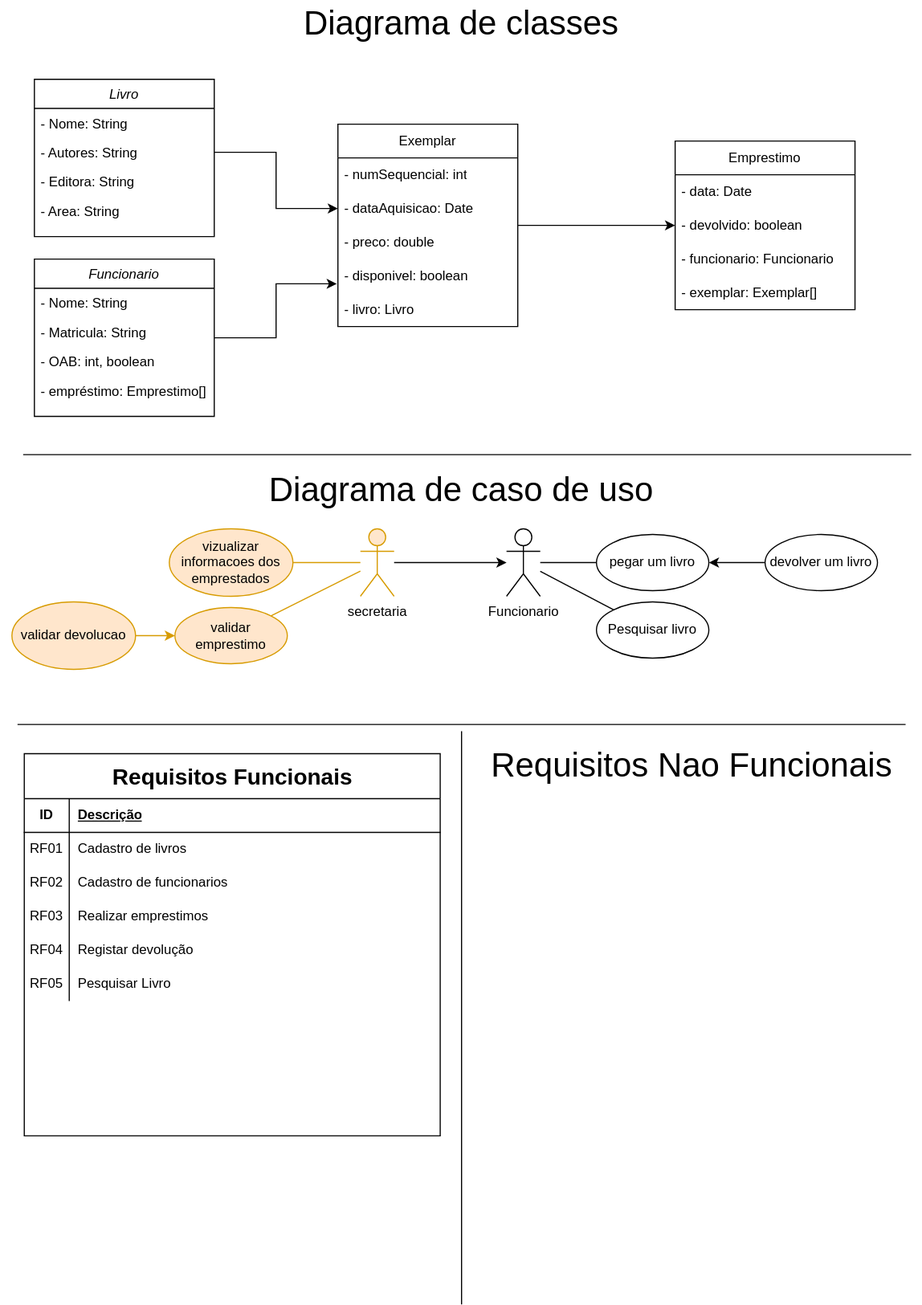
Above: ExercicioDeFixacao.drawio.svg in Andra-sun/modelagem (draw.io), before the change. Source tidied: cells renumbered, new cells last; positions are measured from the earlier drawing's top-left corner, leaving out a move shared by most shapes.
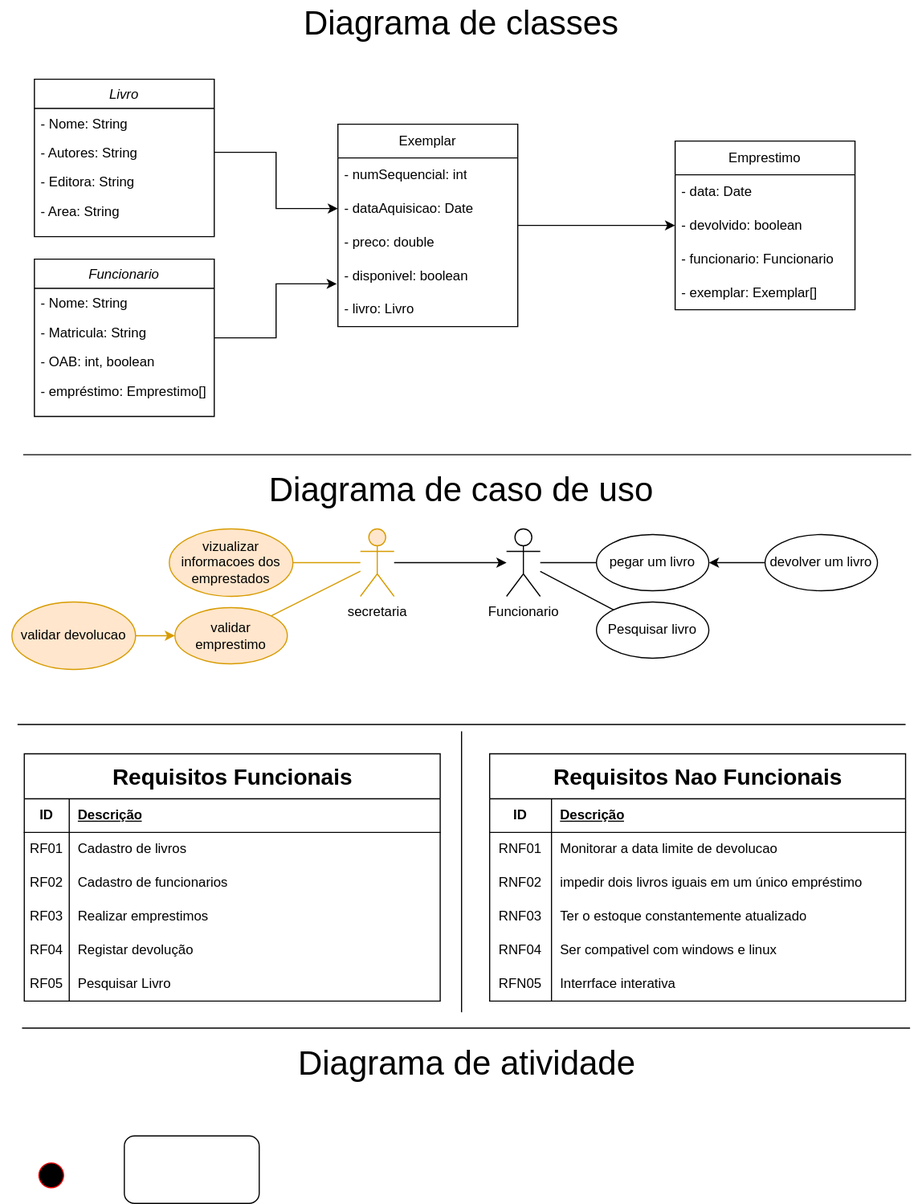
The same file after the commit.

Change to the diagram source:
```diff
@@ -131,14 +131,11 @@
     <mxCell id="44" style="line;strokeWidth=1;fillColor=none;align=left;verticalAlign=middle;spacingTop=-1;spacingLeft=3;spacingRight=3;labelPosition=right;strokeColor=inherit;" parent="1" vertex="1">
       <mxGeometry x="15" y="640" width="790" height="8" as="geometry" />
     </mxCell>
-    <mxCell id="45" value="Requisitos Nao Funcionais" style="text;strokeColor=none;align=center;fillColor=none;html=1;verticalAlign=middle;whiteSpace=wrap;rounded=0;fontSize=30;strokeWidth=20;" parent="1" vertex="1">
-      <mxGeometry x="410" y="665" width="410" height="30" as="geometry" />
-    </mxCell>
     <mxCell id="46" style="line;strokeWidth=1;fillColor=none;align=left;verticalAlign=middle;spacingTop=-1;spacingLeft=3;spacingRight=3;labelPosition=right;strokeColor=inherit;direction=south;" parent="1" vertex="1">
-      <mxGeometry x="406" y="650" width="8" height="510" as="geometry" />
+      <mxGeometry x="406" y="650" width="8" height="250" as="geometry" />
     </mxCell>
     <mxCell id="47" value="&lt;font style=&quot;font-size: 20px;&quot;&gt;Requisitos Funcionais&lt;/font&gt;" style="shape=table;startSize=40;rowLines=0;fontStyle=1;align=center;html=1;" parent="1" vertex="1">
-      <mxGeometry x="21" y="670" width="370" height="340" as="geometry" />
+      <mxGeometry x="21" y="670" width="370" height="220" as="geometry" />
     </mxCell>
     <mxCell id="48" style="shape=tableRow;horizontal=0;startSize=0;swimlaneHead=0;swimlaneBody=0;fillColor=none;top=0;left=0;right=0;bottom=1;" parent="47" vertex="1">
       <mxGeometry y="40" width="370" height="30" as="geometry" />
@@ -194,5 +191,74 @@
     <mxCell id="65" value="Pesquisar Livro" style="shape=partialRectangle;fillColor=none;top=0;left=0;bottom=0;right=0;align=left;spacingLeft=6;overflow=hidden;whiteSpace=wrap;html=1;" parent="63" vertex="1">
       <mxGeometry x="40" width="330" height="30" as="geometry" />
     </mxCell>
+    <mxCell id="45" value="&lt;font style=&quot;font-size: 20px;&quot;&gt;Requisitos Nao Funcionais&lt;/font&gt;" style="shape=table;startSize=40;rowLines=0;fontStyle=1;align=center;html=1;" parent="1" vertex="1">
+      <mxGeometry x="435" y="670" width="370" height="220" as="geometry" />
+    </mxCell>
+    <mxCell id="66" style="shape=tableRow;horizontal=0;startSize=0;swimlaneHead=0;swimlaneBody=0;fillColor=none;top=0;left=0;right=0;bottom=1;" parent="45" vertex="1">
+      <mxGeometry y="40" width="370" height="30" as="geometry" />
+    </mxCell>
+    <mxCell id="67" value="ID" style="shape=partialRectangle;fillColor=none;top=0;left=0;bottom=0;right=0;fontStyle=1;overflow=hidden;whiteSpace=wrap;html=1;" parent="66" vertex="1">
+      <mxGeometry width="55" height="30" as="geometry" />
+    </mxCell>
+    <mxCell id="68" value="Descrição" style="shape=partialRectangle;fillColor=none;top=0;left=0;bottom=0;right=0;align=left;spacingLeft=6;fontStyle=5;overflow=hidden;whiteSpace=wrap;html=1;" parent="66" vertex="1">
+      <mxGeometry x="55" width="315" height="30" as="geometry" />
+    </mxCell>
+    <mxCell id="69" style="shape=tableRow;horizontal=0;startSize=0;swimlaneHead=0;swimlaneBody=0;fillColor=none;top=0;left=0;right=0;bottom=0;" parent="45" vertex="1">
+      <mxGeometry y="70" width="370" height="30" as="geometry" />
+    </mxCell>
+    <mxCell id="70" value="RNF01" style="shape=partialRectangle;fillColor=none;top=0;left=0;bottom=0;right=0;overflow=hidden;whiteSpace=wrap;html=1;" parent="69" vertex="1">
+      <mxGeometry width="55" height="30" as="geometry" />
+    </mxCell>
+    <mxCell id="71" value="Monitorar a data limite de devolucao" style="shape=partialRectangle;fillColor=none;top=0;left=0;bottom=0;right=0;align=left;spacingLeft=6;overflow=hidden;whiteSpace=wrap;html=1;" parent="69" vertex="1">
+      <mxGeometry x="55" width="315" height="30" as="geometry" />
+    </mxCell>
+    <mxCell id="72" style="shape=tableRow;horizontal=0;startSize=0;swimlaneHead=0;swimlaneBody=0;fillColor=none;top=0;left=0;right=0;bottom=0;" parent="45" vertex="1">
+      <mxGeometry y="100" width="370" height="30" as="geometry" />
+    </mxCell>
+    <mxCell id="73" value="RNF02" style="shape=partialRectangle;fillColor=none;top=0;left=0;bottom=0;right=0;overflow=hidden;whiteSpace=wrap;html=1;" parent="72" vertex="1">
+      <mxGeometry width="55" height="30" as="geometry" />
+    </mxCell>
+    <mxCell id="74" value="impedir dois livros iguais em um único empréstimo" style="shape=partialRectangle;fillColor=none;top=0;left=0;bottom=0;right=0;align=left;spacingLeft=6;overflow=hidden;whiteSpace=wrap;html=1;" parent="72" vertex="1">
+      <mxGeometry x="55" width="315" height="30" as="geometry" />
+    </mxCell>
+    <mxCell id="75" style="shape=tableRow;horizontal=0;startSize=0;swimlaneHead=0;swimlaneBody=0;fillColor=none;top=0;left=0;right=0;bottom=0;" parent="45" vertex="1">
+      <mxGeometry y="130" width="370" height="30" as="geometry" />
+    </mxCell>
+    <mxCell id="76" value="RNF03" style="shape=partialRectangle;fillColor=none;top=0;left=0;bottom=0;right=0;overflow=hidden;whiteSpace=wrap;html=1;" parent="75" vertex="1">
+      <mxGeometry width="55" height="30" as="geometry" />
+    </mxCell>
+    <mxCell id="77" value="Ter o estoque constantemente atualizado" style="shape=partialRectangle;fillColor=none;top=0;left=0;bottom=0;right=0;align=left;spacingLeft=6;overflow=hidden;whiteSpace=wrap;html=1;" parent="75" vertex="1">
+      <mxGeometry x="55" width="315" height="30" as="geometry" />
+    </mxCell>
+    <mxCell id="78" style="shape=tableRow;horizontal=0;startSize=0;swimlaneHead=0;swimlaneBody=0;fillColor=none;top=0;left=0;right=0;bottom=0;" parent="45" vertex="1">
+      <mxGeometry y="160" width="370" height="30" as="geometry" />
+    </mxCell>
+    <mxCell id="79" value="RNF04" style="shape=partialRectangle;fillColor=none;top=0;left=0;bottom=0;right=0;overflow=hidden;whiteSpace=wrap;html=1;" parent="78" vertex="1">
+      <mxGeometry width="55" height="30" as="geometry" />
+    </mxCell>
+    <mxCell id="80" value="Ser compativel com windows e linux" style="shape=partialRectangle;fillColor=none;top=0;left=0;bottom=0;right=0;align=left;spacingLeft=6;overflow=hidden;whiteSpace=wrap;html=1;" parent="78" vertex="1">
+      <mxGeometry x="55" width="315" height="30" as="geometry" />
+    </mxCell>
+    <mxCell id="81" style="shape=tableRow;horizontal=0;startSize=0;swimlaneHead=0;swimlaneBody=0;fillColor=none;top=0;left=0;right=0;bottom=0;" parent="45" vertex="1">
+      <mxGeometry y="190" width="370" height="30" as="geometry" />
+    </mxCell>
+    <mxCell id="82" value="RFN05" style="shape=partialRectangle;fillColor=none;top=0;left=0;bottom=0;right=0;overflow=hidden;whiteSpace=wrap;html=1;" parent="81" vertex="1">
+      <mxGeometry width="55" height="30" as="geometry" />
+    </mxCell>
+    <mxCell id="83" value="Interrface interativa" style="shape=partialRectangle;fillColor=none;top=0;left=0;bottom=0;right=0;align=left;spacingLeft=6;overflow=hidden;whiteSpace=wrap;html=1;" parent="81" vertex="1">
+      <mxGeometry x="55" width="315" height="30" as="geometry" />
+    </mxCell>
+    <mxCell id="84" style="line;strokeWidth=1;fillColor=none;align=left;verticalAlign=middle;spacingTop=-1;spacingLeft=3;spacingRight=3;labelPosition=right;strokeColor=inherit;" parent="1" vertex="1">
+      <mxGeometry x="19" y="910" width="790" height="8" as="geometry" />
+    </mxCell>
+    <mxCell id="85" value="&lt;font style=&quot;font-size: 30px;&quot;&gt;Diagrama de atividade&lt;br&gt;&lt;/font&gt;" style="text;strokeColor=none;align=center;fillColor=none;html=1;verticalAlign=middle;whiteSpace=wrap;rounded=0;" parent="1" vertex="1">
+      <mxGeometry x="20" y="930" width="790" height="30" as="geometry" />
+    </mxCell>
+    <mxCell id="86" style="ellipse;html=1;shape=startState;fillColor=#000000;strokeColor=#ff0000;direction=west;" parent="1" vertex="1">
+      <mxGeometry x="30" y="1030" width="30" height="30" as="geometry" />
+    </mxCell>
+    <mxCell id="87" style="rounded=1;whiteSpace=wrap;html=1;" parent="1" vertex="1">
+      <mxGeometry x="110" y="1010" width="120" height="60" as="geometry" />
+    </mxCell>
   </root>
 </mxGraphModel>
```
